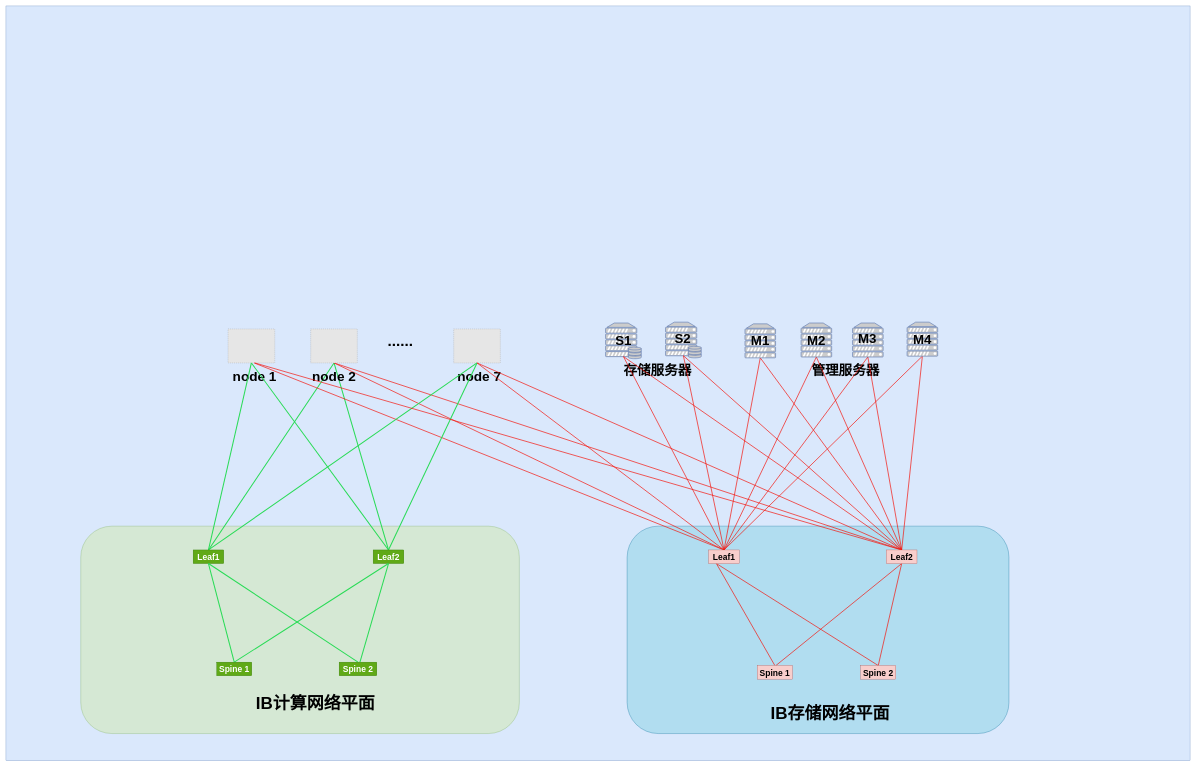
hel-2000/network-draw keeps this draw.io diagram as 数据中心fuzhou组网-7nodes-包括IB整体组网--IB网络V2.0-0101.drawio. Above is the earlier version. Source tidied: cells renumbered, new cells numbered last; positions are measured from the earlier drawing's top-left corner, leaving out a move shared by most shapes. Both pictures are drawn from the tidied source at 34%, with x=0, y=0 at pixel (6, 6). Pictures stored in the file or linked from it are replaced by grey dashed boxes.
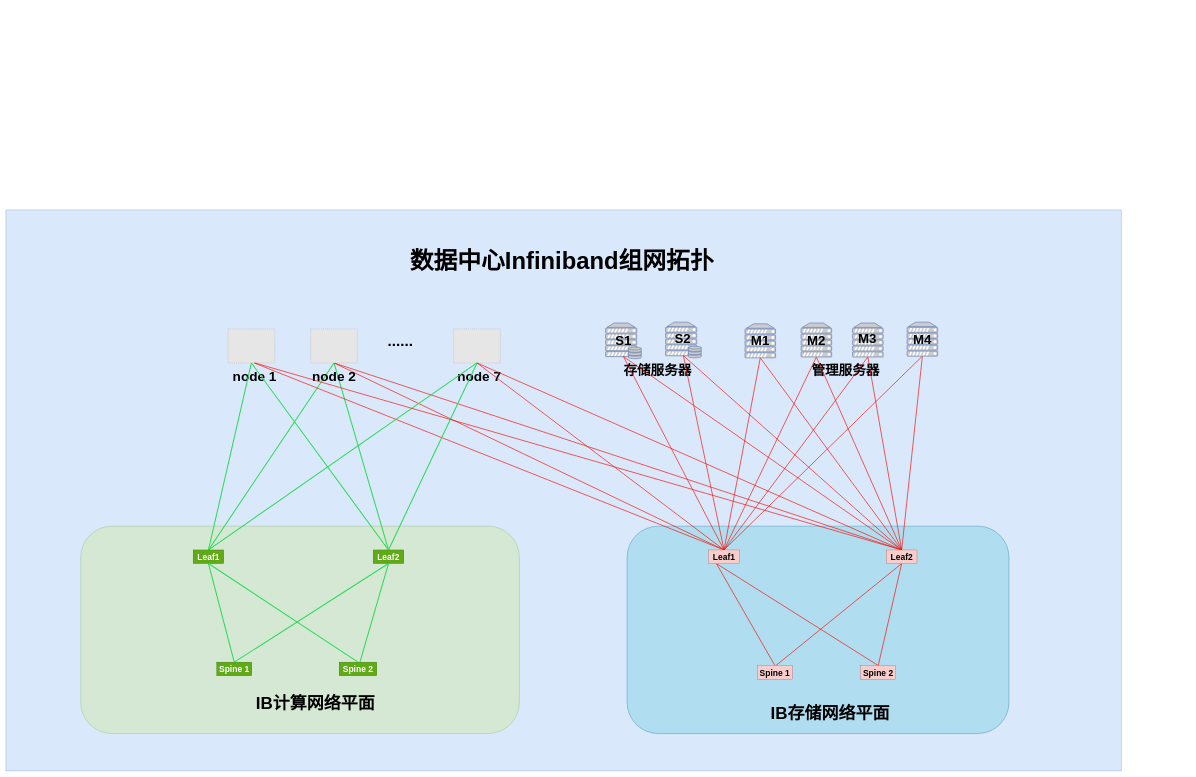
After the change.

Commit message:
更新数据中心fuzhou组网-7nodes-包括IB整体组网--IB网络V2.0-0101.drawio

Diff of the diagram source:
```diff
@@
     <mxCell id="2" style="rounded=0;whiteSpace=wrap;html=1;fillColor=#dae8fc;strokeColor=#6c8ebf;" parent="1" vertex="1">
-      <mxGeometry width="3482.7" height="2220" as="geometry" />
+      <mxGeometry y="600" width="3280" height="1650" as="geometry" />
     </mxCell>
@@
+    <mxCell id="70" value="&lt;b style=&quot;&quot;&gt;&lt;font style=&quot;font-size: 70px;&quot;&gt;数据中心Infiniband组网拓扑&lt;/font&gt;&lt;/b&gt;" style="text;strokeColor=none;align=center;fillColor=none;html=1;verticalAlign=middle;whiteSpace=wrap;rounded=0;" parent="1" vertex="1">
+      <mxGeometry x="1160" y="650" width="950.1" height="200" as="geometry" />
+    </mxCell>
```
